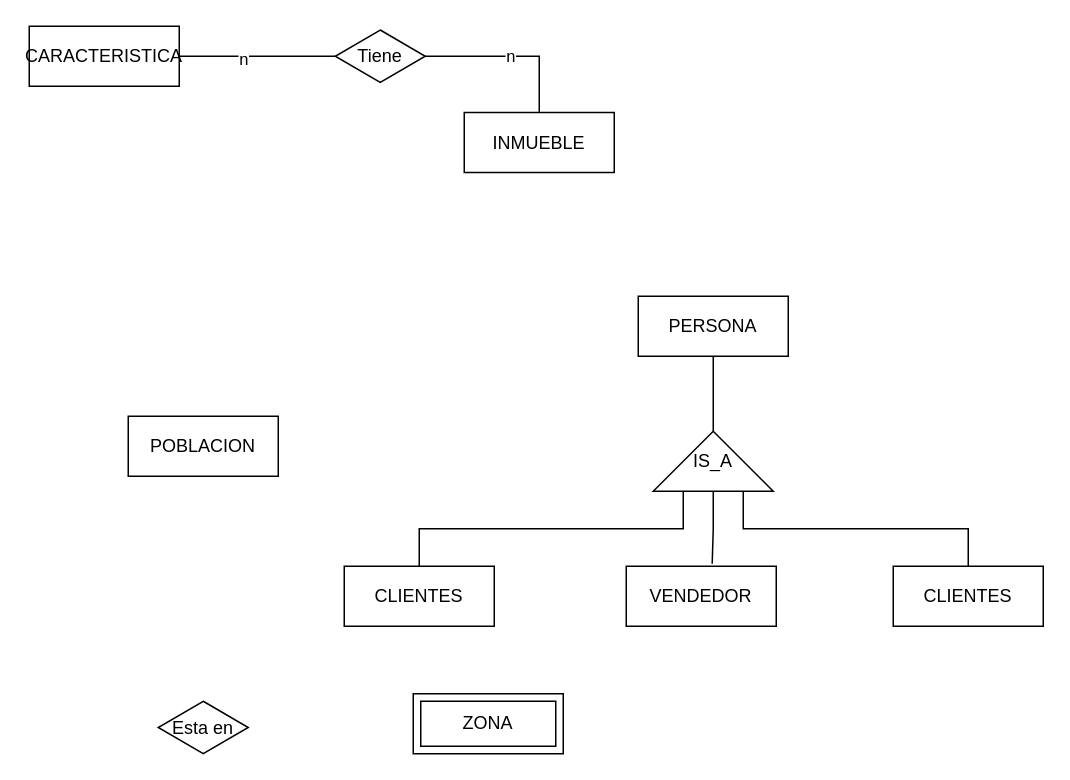
Before: DER_TP1.drawio in JoaquinCaporalini/TDB, a draw.io diagram. Source tidied: cells renumbered, new cells numbered last; positions are measured from the earlier drawing's top-left corner, leaving out a move shared by most shapes. Both pictures are drawn from the tidied source at 150%, with x=0, y=0 at pixel (28, 26).
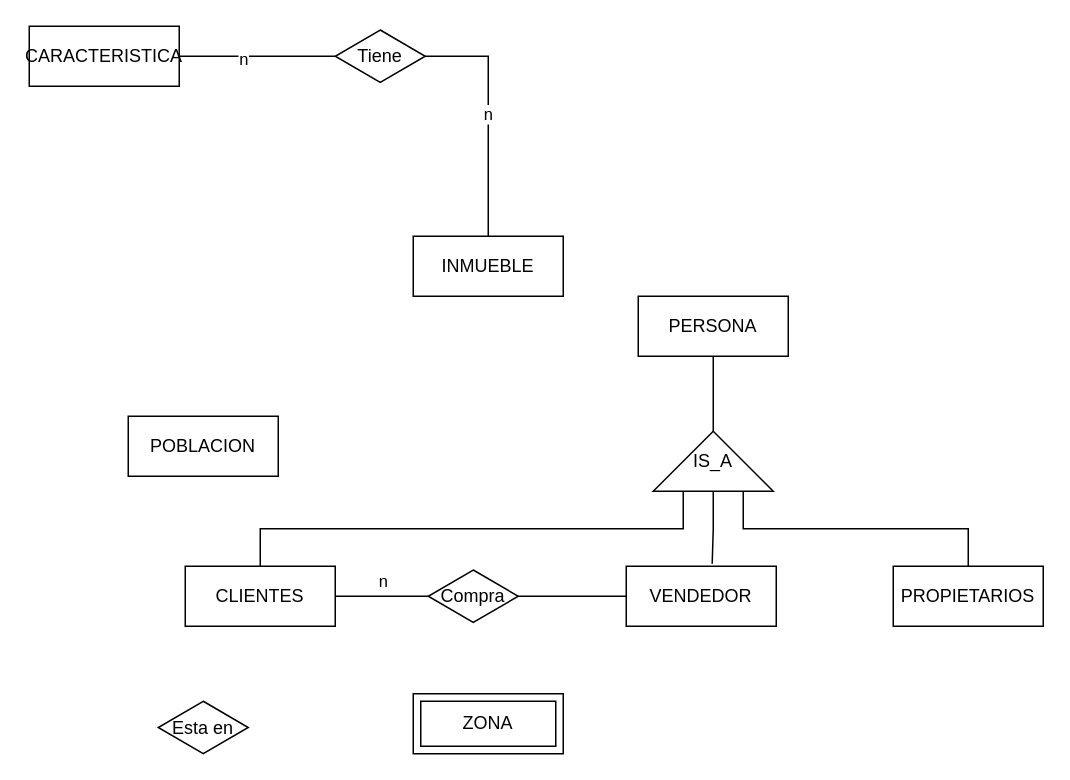
The same page after the edit.

The change refers to these unchanged cells:
```xml
<mxCell id="19" value="VENDEDOR" style="whiteSpace=wrap;html=1;align=center;" parent="1" vertex="1">
  <mxGeometry x="398" y="360" width="100" height="40" as="geometry" />
</mxCell>
```

Diff of the diagram source:
```diff
@@
     <mxCell id="3" value="INMUEBLE" style="whiteSpace=wrap;html=1;align=center;" parent="1" vertex="1">
-      <mxGeometry x="290" y="57.5" width="100" height="40" as="geometry" />
+      <mxGeometry x="256" y="140" width="100" height="40" as="geometry" />
     </mxCell>
+    <mxCell id="21" value="n&lt;br&gt;" style="edgeStyle=orthogonalEdgeStyle;rounded=0;jettySize=auto;html=1;exitX=1;exitY=0.5;exitDx=0;exitDy=0;entryX=0;entryY=0.5;entryDx=0;entryDy=0;endArrow=none;endFill=0;" parent="1" edge="1" source="4" target="23">
+      <mxGeometry x="0.03" y="10" relative="1" as="geometry" />
+    </mxCell>
     <mxCell id="4" value="CLIENTES" style="whiteSpace=wrap;html=1;align=center;" parent="1" vertex="1">
-      <mxGeometry x="210" y="360" width="100" height="40" as="geometry" />
+      <mxGeometry x="104" y="360" width="100" height="40" as="geometry" />
     </mxCell>
@@
-    <mxCell id="20" value="CLIENTES" style="whiteSpace=wrap;html=1;align=center;" parent="1" vertex="1">
+    <mxCell id="20" value="PROPIETARIOS" style="whiteSpace=wrap;html=1;align=center;" parent="1" vertex="1">
       <mxGeometry x="576" y="360" width="100" height="40" as="geometry" />
     </mxCell>
+    <mxCell id="22" style="edgeStyle=orthogonalEdgeStyle;rounded=0;jettySize=auto;html=1;exitX=1;exitY=0.5;exitDx=0;exitDy=0;entryX=0;entryY=0.5;entryDx=0;entryDy=0;endArrow=none;endFill=0;" parent="1" edge="1" source="23" target="19">
+      <mxGeometry relative="1" as="geometry" />
+    </mxCell>
+    <mxCell id="23" value="Compra" style="shape=rhombus;perimeter=rhombusPerimeter;whiteSpace=wrap;html=1;align=center;" parent="1" vertex="1">
+      <mxGeometry x="266" y="362.5" width="60" height="35" as="geometry" />
+    </mxCell>
```
